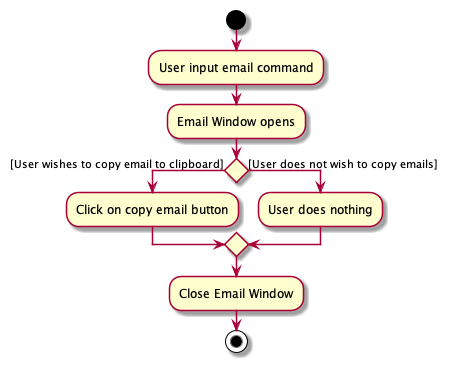
nus-cs2103-AY2122S2/tp keeps this PlantUML diagram as docs/images/EmailActivityDiagram.png. Above is the earlier version. The source it was exported from:
```plantuml
@startuml

start
:User input email command;
:Email Window opens;

If () then ([User wishes to copy email to clipboard])
    :Click on copy email button;

    else ([User does not wish to copy emails])
    :User does nothing;

    endif
    :Close Email Window;

stop

@enduml
```
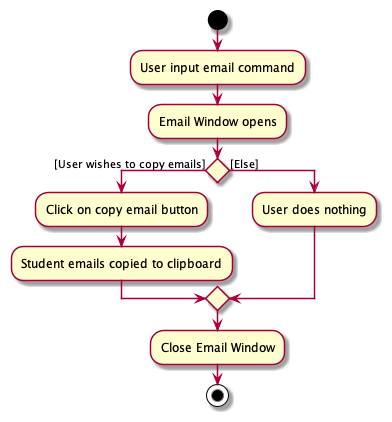
The same diagram one commit later.

Commit message:
Edit sequence and activity diagram to make them more concise

Change to the diagram source:
```diff
@@ -4,10 +4,11 @@
 :User input email command;
 :Email Window opens;
 
-If () then ([User wishes to copy email to clipboard])
+If () then ([User wishes to copy emails])
     :Click on copy email button;
+    :Student emails copied to clipboard;
 
-    else ([User does not wish to copy emails])
+    else ([Else])
     :User does nothing;
 
     endif
```
